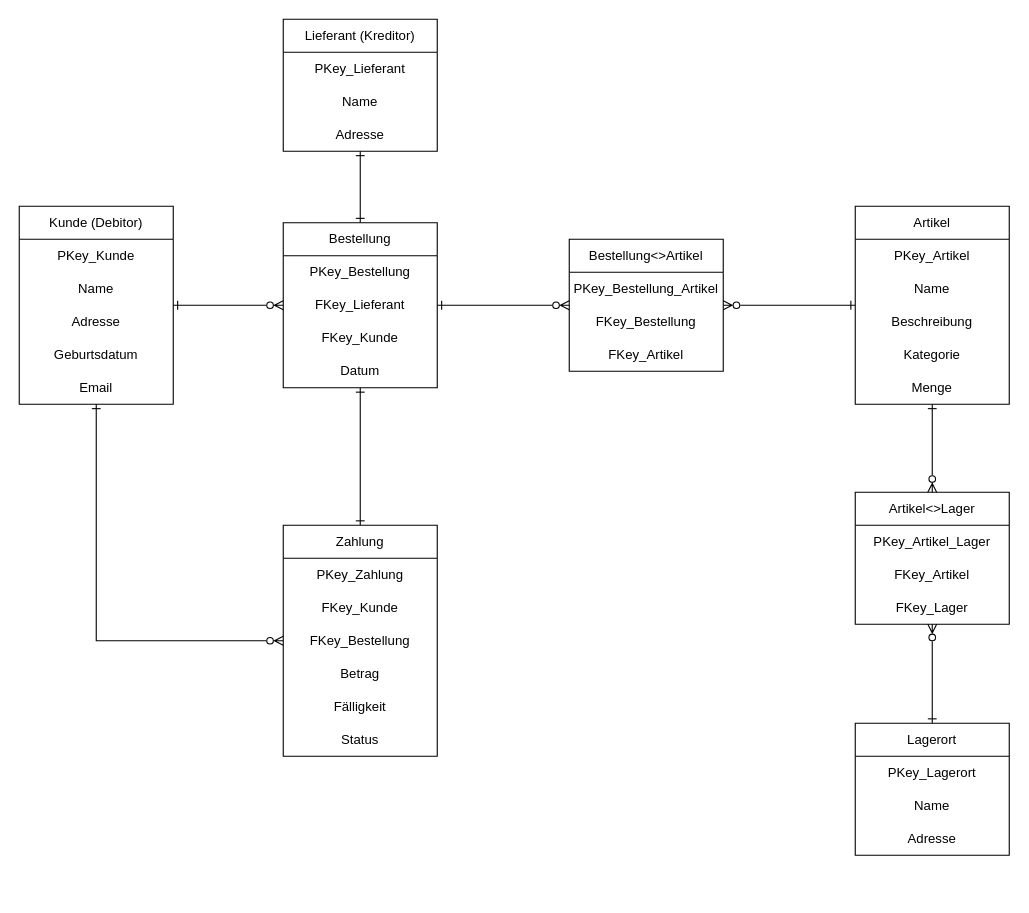
Earlier version of the draw.io diagram doc/ERD.drawio (domirohner/erp). Source tidied: cells renumbered, new cells numbered last; positions are measured from the earlier drawing's top-left corner, leaving out a move shared by most shapes. Both pictures are drawn from the tidied source at 110%, with x=0, y=0 at pixel (19, 19).
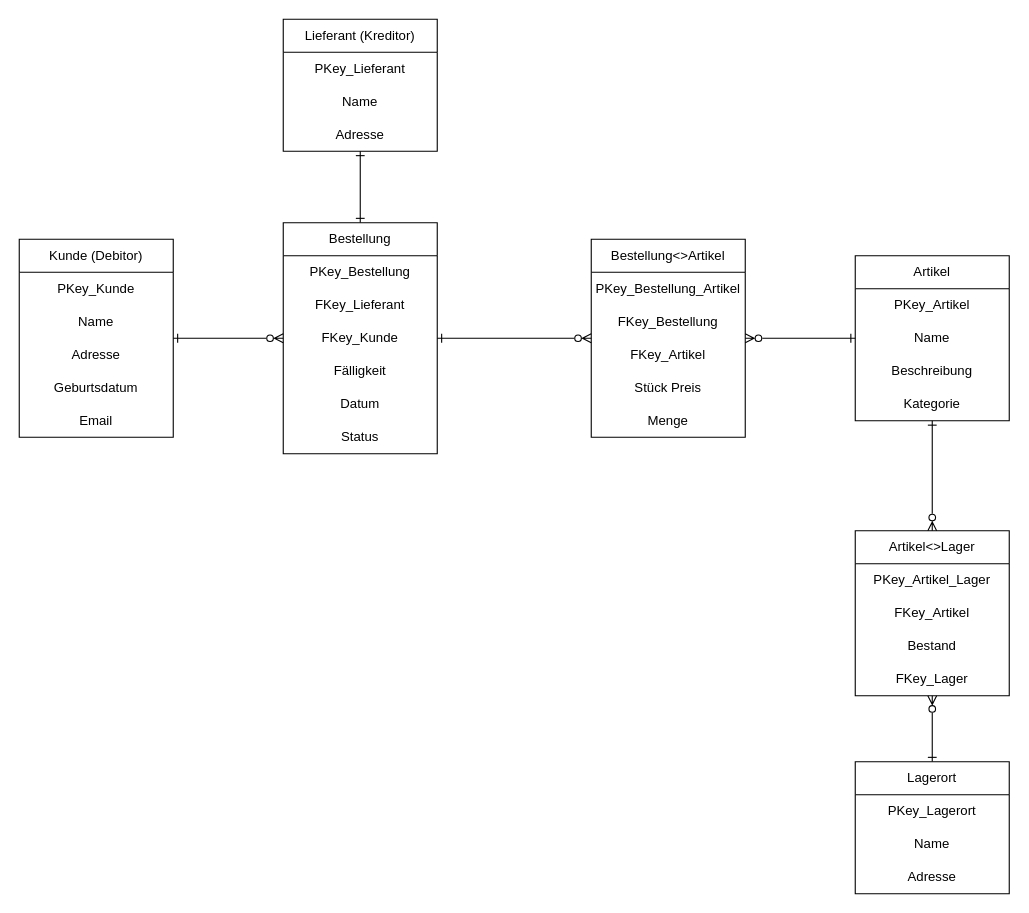
The same diagram, later.

Commit message:
ERD Anpassung

The change refers to these unchanged cells:
```xml
<mxCell id="9" value="Email" style="text;html=1;align=center;verticalAlign=middle;whiteSpace=wrap;rounded=0;" parent="4" vertex="1">
  <mxGeometry y="150" width="140" height="30" as="geometry" />
</mxCell>
<mxCell id="23" value="Kategorie" style="text;html=1;align=center;verticalAlign=middle;whiteSpace=wrap;rounded=0;" parent="19" vertex="1">
  <mxGeometry y="120" width="140" height="30" as="geometry" />
</mxCell>
```

What changed in the source:
```diff
@@
-    <mxCell id="3" style="edgeStyle=orthogonalEdgeStyle;rounded=0;jettySize=auto;html=1;entryX=0;entryY=0.5;entryDx=0;entryDy=0;endArrow=ERzeroToMany;endFill=0;startArrow=ERone;startFill=0;exitX=0.5;exitY=1;exitDx=0;exitDy=0;" parent="1" edge="1" source="9" target="34">
-      <mxGeometry relative="1" as="geometry">
-        <Array as="points">
-          <mxPoint x="70" y="565" />
-        </Array>
-      </mxGeometry>
-    </mxCell>
     <mxCell id="4" value="Kunde (Debitor)" style="swimlane;fontStyle=0;horizontal=1;startSize=30;whiteSpace=wrap;html=1;" parent="1" vertex="1">
-      <mxGeometry y="170" width="140" height="180" as="geometry" />
+      <mxGeometry y="200" width="140" height="180" as="geometry" />
     </mxCell>
@@
-    <mxCell id="10" style="edgeStyle=orthogonalEdgeStyle;rounded=0;jettySize=auto;html=1;endArrow=ERone;endFill=0;startArrow=ERone;startFill=0;" parent="1" edge="1" source="13" target="34">
-      <mxGeometry relative="1" as="geometry" />
-    </mxCell>
@@
     <mxCell id="13" value="Bestellung" style="swimlane;fontStyle=0;horizontal=1;startSize=30;whiteSpace=wrap;html=1;" parent="1" vertex="1">
-      <mxGeometry x="240" y="185" width="140" height="150" as="geometry" />
+      <mxGeometry x="240" y="185" width="140" height="210" as="geometry" />
     </mxCell>
@@
+    <mxCell id="39" value="Fälligkeit" style="text;html=1;align=center;verticalAlign=middle;whiteSpace=wrap;rounded=0;" parent="13" vertex="1">
+      <mxGeometry y="120" width="140" height="30" as="geometry" />
+    </mxCell>
     <mxCell id="17" value="Datum" style="text;html=1;align=center;verticalAlign=middle;whiteSpace=wrap;rounded=0;" parent="13" vertex="1">
-      <mxGeometry y="120" width="140" height="30" as="geometry" />
+      <mxGeometry y="150" width="140" height="30" as="geometry" />
     </mxCell>
+    <mxCell id="40" value="Status" style="text;html=1;align=center;verticalAlign=middle;whiteSpace=wrap;rounded=0;" parent="13" vertex="1">
+      <mxGeometry y="180" width="140" height="30" as="geometry" />
+    </mxCell>
@@
     <mxCell id="19" value="Artikel" style="swimlane;fontStyle=0;horizontal=1;startSize=30;whiteSpace=wrap;html=1;" parent="1" vertex="1">
-      <mxGeometry x="760" y="170" width="140" height="180" as="geometry" />
+      <mxGeometry x="760" y="215" width="140" height="150" as="geometry" />
     </mxCell>
@@
-    <mxCell id="24" value="Menge" style="text;html=1;align=center;verticalAlign=middle;whiteSpace=wrap;rounded=0;" parent="19" vertex="1">
-      <mxGeometry y="150" width="140" height="30" as="geometry" />
-    </mxCell>
@@
     <mxCell id="26" value="Lagerort" style="swimlane;fontStyle=0;horizontal=1;startSize=30;whiteSpace=wrap;html=1;" parent="1" vertex="1">
-      <mxGeometry x="760" y="640" width="140" height="120" as="geometry" />
+      <mxGeometry x="760" y="675" width="140" height="120" as="geometry" />
     </mxCell>
@@
-    <mxCell id="34" value="Zahlung" style="swimlane;fontStyle=0;horizontal=1;startSize=30;whiteSpace=wrap;html=1;" parent="1" vertex="1">
-      <mxGeometry x="240" y="460" width="140" height="210" as="geometry" />
-    </mxCell>
-    <mxCell id="35" value="PKey_Zahlung" style="text;html=1;align=center;verticalAlign=middle;whiteSpace=wrap;rounded=0;" parent="34" vertex="1">
-      <mxGeometry y="30" width="140" height="30" as="geometry" />
-    </mxCell>
-    <mxCell id="36" value="FKey_Kunde" style="text;html=1;align=center;verticalAlign=middle;whiteSpace=wrap;rounded=0;" parent="34" vertex="1">
-      <mxGeometry y="60" width="140" height="30" as="geometry" />
-    </mxCell>
-    <mxCell id="37" value="FKey_Bestellung" style="text;html=1;align=center;verticalAlign=middle;whiteSpace=wrap;rounded=0;" parent="34" vertex="1">
-      <mxGeometry y="90" width="140" height="30" as="geometry" />
-    </mxCell>
-    <mxCell id="38" value="Betrag" style="text;html=1;align=center;verticalAlign=middle;whiteSpace=wrap;rounded=0;" parent="34" vertex="1">
-      <mxGeometry y="120" width="140" height="30" as="geometry" />
-    </mxCell>
-    <mxCell id="39" value="Fälligkeit" style="text;html=1;align=center;verticalAlign=middle;whiteSpace=wrap;rounded=0;" parent="34" vertex="1">
-      <mxGeometry y="150" width="140" height="30" as="geometry" />
-    </mxCell>
-    <mxCell id="40" value="Status" style="text;html=1;align=center;verticalAlign=middle;whiteSpace=wrap;rounded=0;" parent="34" vertex="1">
-      <mxGeometry y="180" width="140" height="30" as="geometry" />
-    </mxCell>
     <mxCell id="41" value="Bestellung&amp;lt;&amp;gt;Artikel" style="swimlane;fontStyle=0;horizontal=1;startSize=30;whiteSpace=wrap;html=1;" parent="1" vertex="1">
-      <mxGeometry x="500" y="200" width="140" height="120" as="geometry" />
+      <mxGeometry x="520" y="200" width="140" height="180" as="geometry" />
     </mxCell>
@@
+    <mxCell id="50" value="Stück Preis" style="text;strokeColor=none;fillColor=none;align=center;verticalAlign=middle;spacingLeft=4;spacingRight=4;overflow=hidden;whiteSpace=wrap;html=1;" parent="41" vertex="1">
+      <mxGeometry y="120" width="140" height="30" as="geometry" />
+    </mxCell>
+    <mxCell id="24" value="Menge" style="text;html=1;align=center;verticalAlign=middle;whiteSpace=wrap;rounded=0;" parent="41" vertex="1">
+      <mxGeometry y="150" width="140" height="30" as="geometry" />
+    </mxCell>
     <mxCell id="45" value="Artikel&amp;lt;&amp;gt;Lager" style="swimlane;fontStyle=0;horizontal=1;startSize=30;whiteSpace=wrap;html=1;" parent="1" vertex="1">
-      <mxGeometry x="760" y="430" width="140" height="120" as="geometry" />
+      <mxGeometry x="760" y="465" width="140" height="150" as="geometry" />
     </mxCell>
@@
+    <mxCell id="51" value="Bestand" style="text;strokeColor=none;fillColor=none;align=center;verticalAlign=middle;spacingLeft=4;spacingRight=4;overflow=hidden;whiteSpace=wrap;html=1;" parent="45" vertex="1">
+      <mxGeometry y="90" width="140" height="30" as="geometry" />
+    </mxCell>
     <mxCell id="48" value="FKey_Lager" style="text;html=1;align=center;verticalAlign=middle;whiteSpace=wrap;rounded=0;" parent="45" vertex="1">
-      <mxGeometry y="90" width="140" height="30" as="geometry" />
+      <mxGeometry y="120" width="140" height="30" as="geometry" />
     </mxCell>
-    <mxCell id="49" style="edgeStyle=orthogonalEdgeStyle;rounded=0;jettySize=auto;html=1;entryX=0.5;entryY=0;entryDx=0;entryDy=0;startArrow=ERone;startFill=0;endArrow=ERzeroToMany;endFill=0;" parent="1" edge="1" source="24" target="45">
+    <mxCell id="49" style="edgeStyle=orthogonalEdgeStyle;rounded=0;jettySize=auto;html=1;entryX=0.5;entryY=0;entryDx=0;entryDy=0;startArrow=ERone;startFill=0;endArrow=ERzeroToMany;endFill=0;exitX=0.5;exitY=1;exitDx=0;exitDy=0;" parent="1" edge="1" source="23" target="45">
       <mxGeometry relative="1" as="geometry" />
     </mxCell>
```
